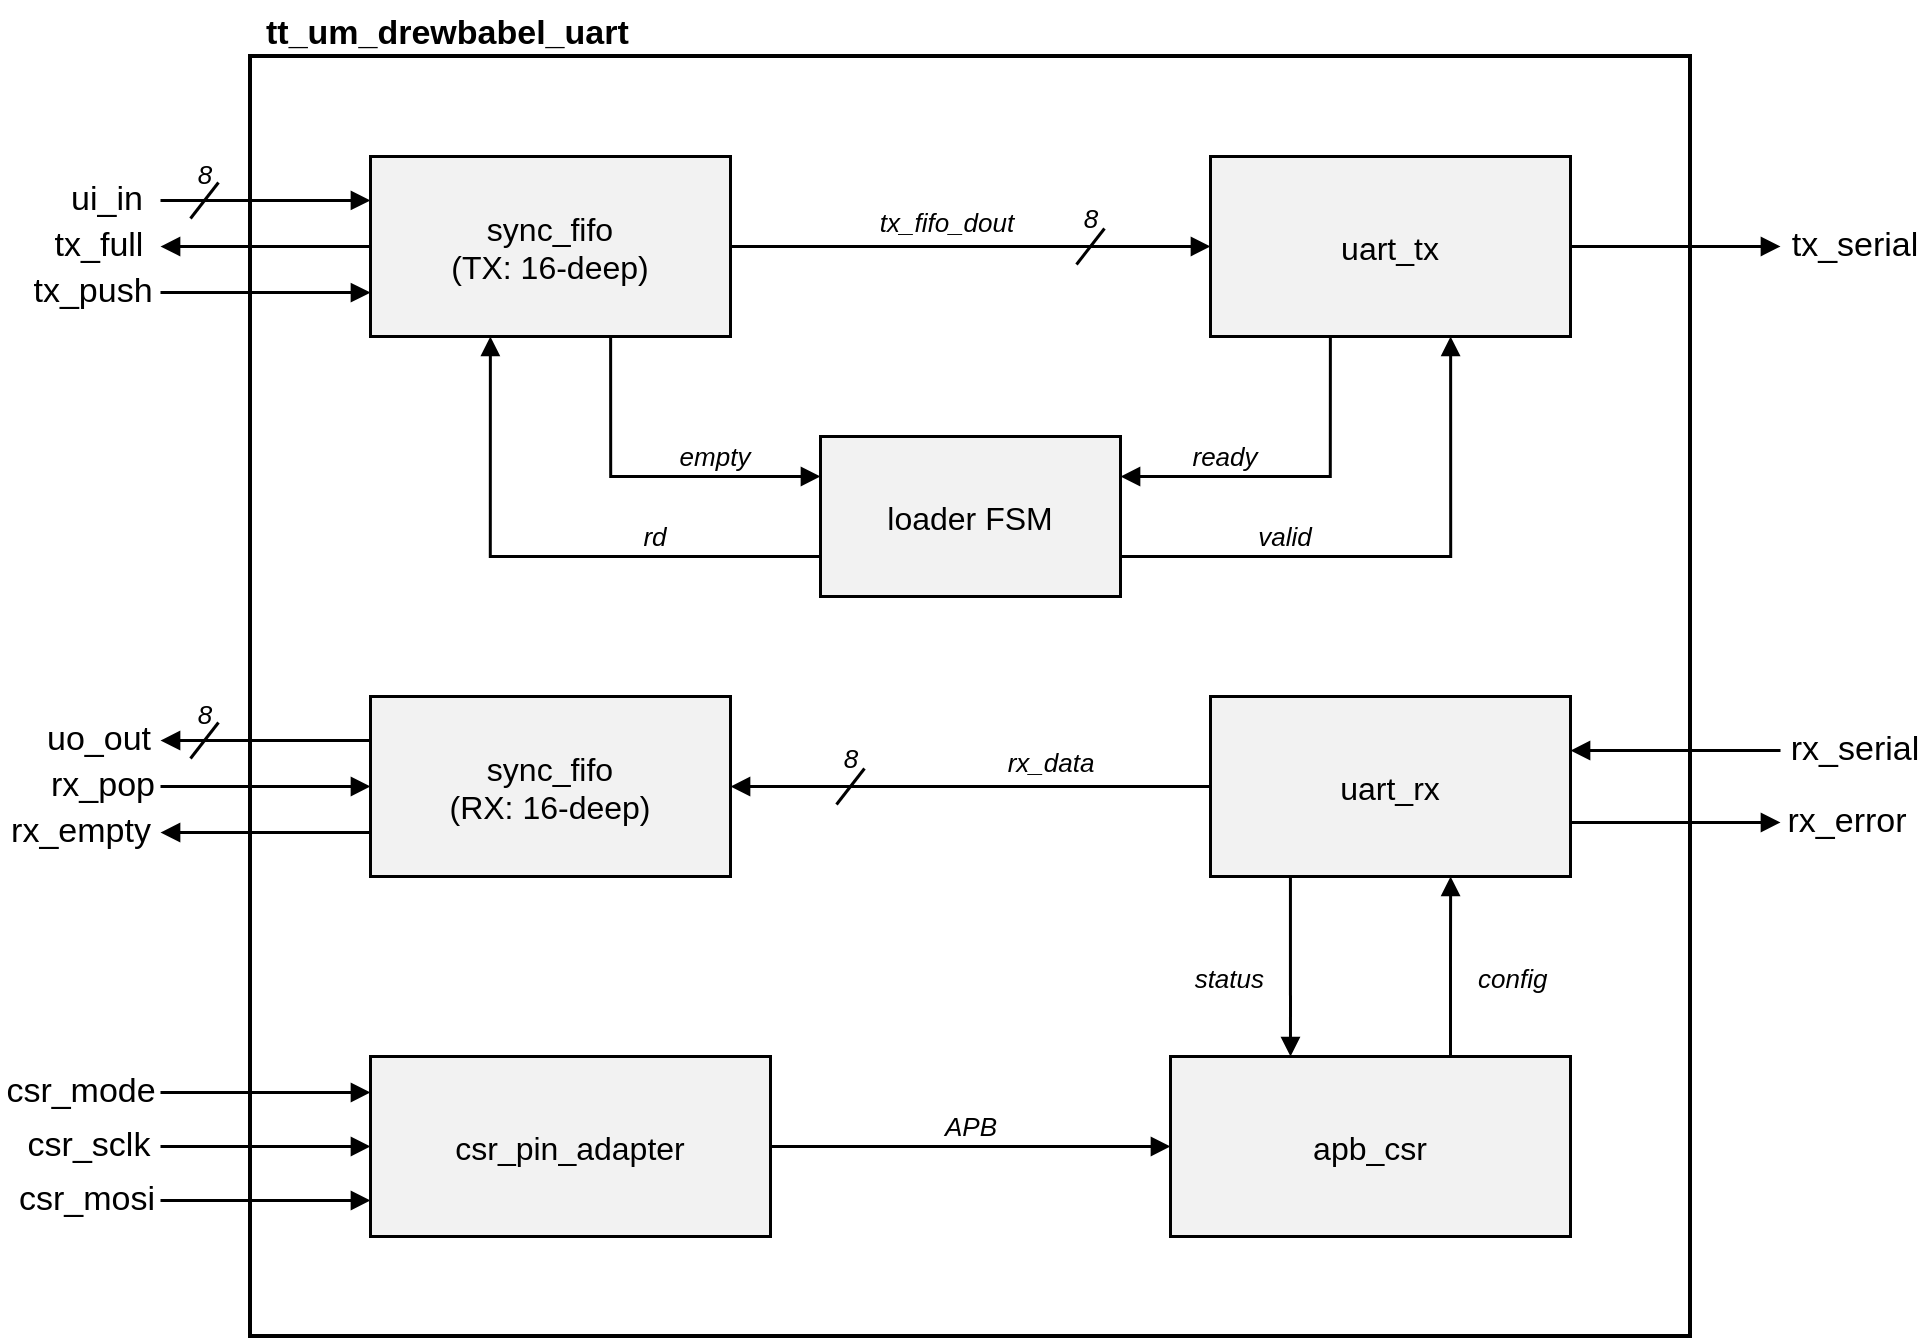
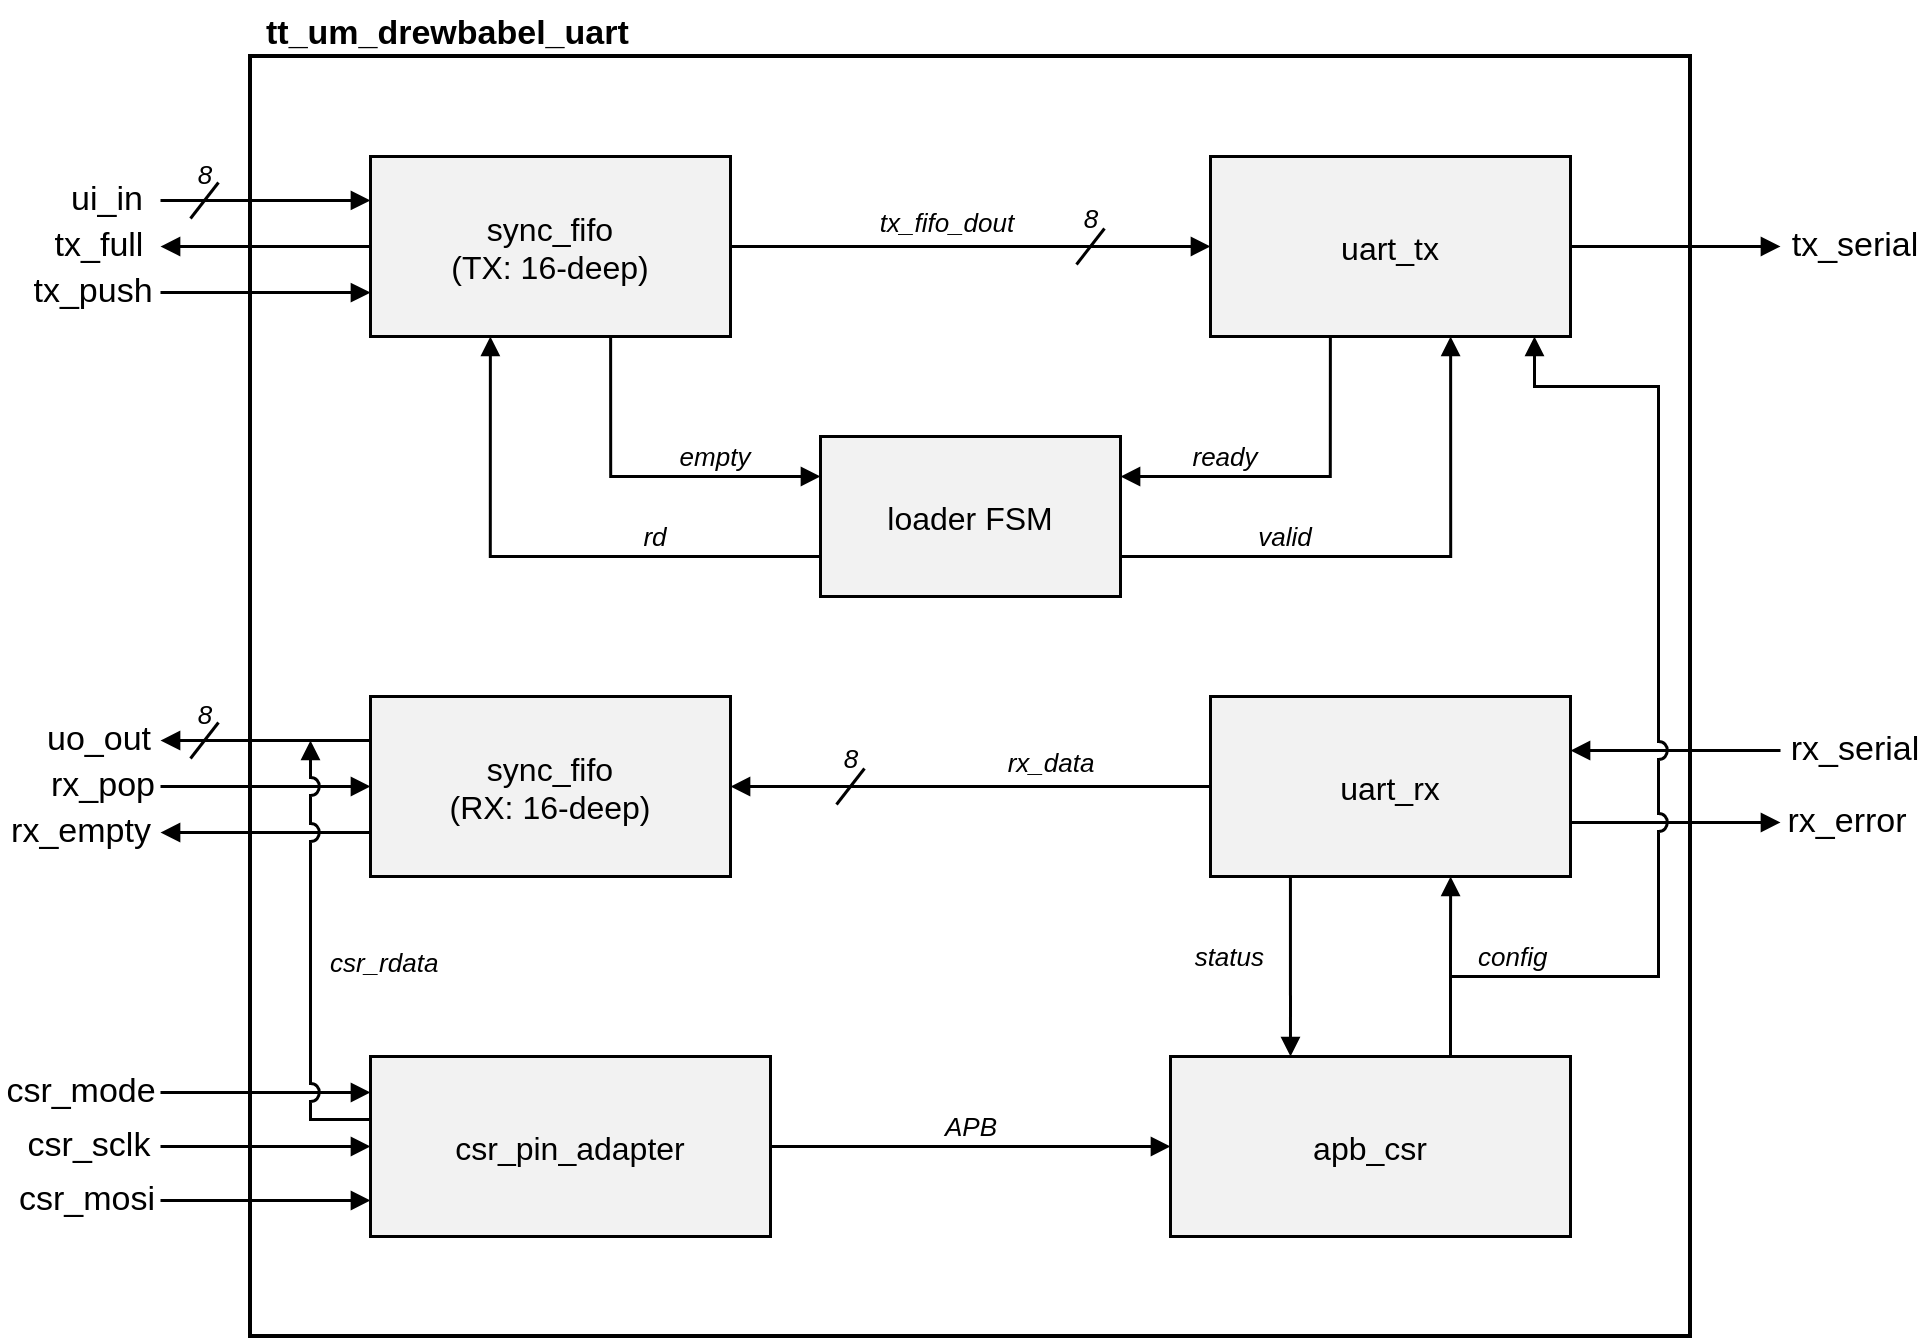
<mxfile host="app.diagrams.net">
  <diagram name="uart_tile" id="uart_tile">
    <mxGraphModel grid="0" gridSize="10" pageWidth="1080" pageHeight="820" background="#ffffff">
      <root>
        <mxCell id="0"/>
        <mxCell id="1" parent="0"/>

        <!-- outer boundary + module label -->
        <mxCell id="outer" value="" vertex="1" parent="1" style="rounded=0;fillColor=none;strokeColor=#000000;strokeWidth=2;">
          <mxGeometry x="180" y="100" width="720" height="640" as="geometry"/></mxCell>
        <mxCell id="modlabel" value="tt_um_drewbabel_uart" vertex="1" parent="1" style="text;html=1;align=left;fontStyle=1;fontSize=17;fillColor=none;strokeColor=none;">
          <mxGeometry x="186" y="72" width="320" height="24" as="geometry"/></mxCell>

        <!-- blocks -->
        <mxCell id="txfifo" value="sync_fifo&#10;(TX: 16-deep)" vertex="1" parent="1" style="rounded=0;fillColor=#f2f2f2;strokeColor=#000000;strokeWidth=1.5;align=center;verticalAlign=middle;fontSize=16;">
          <mxGeometry x="240" y="150" width="180" height="90" as="geometry"/></mxCell>
        <mxCell id="utx" value="uart_tx" vertex="1" parent="1" style="rounded=0;fillColor=#f2f2f2;strokeColor=#000000;strokeWidth=1.5;align=center;verticalAlign=middle;fontSize=16;">
          <mxGeometry x="660" y="150" width="180" height="90" as="geometry"/></mxCell>
        <mxCell id="rxfifo" value="sync_fifo&#10;(RX: 16-deep)" vertex="1" parent="1" style="rounded=0;fillColor=#f2f2f2;strokeColor=#000000;strokeWidth=1.5;align=center;verticalAlign=middle;fontSize=16;">
          <mxGeometry x="240" y="420" width="180" height="90" as="geometry"/></mxCell>
        <mxCell id="urx" value="uart_rx" vertex="1" parent="1" style="rounded=0;fillColor=#f2f2f2;strokeColor=#000000;strokeWidth=1.5;align=center;verticalAlign=middle;fontSize=16;">
          <mxGeometry x="660" y="420" width="180" height="90" as="geometry"/></mxCell>
        <mxCell id="loader" value="loader FSM" vertex="1" parent="1" style="rounded=0;fillColor=#f2f2f2;strokeColor=#000000;strokeWidth=1.5;align=center;verticalAlign=middle;fontSize=16;">
          <mxGeometry x="465" y="290" width="150" height="80" as="geometry"/></mxCell>
        <mxCell id="csradapter" value="csr_pin_adapter" vertex="1" parent="1" style="rounded=0;fillColor=#f2f2f2;strokeColor=#000000;strokeWidth=1.5;align=center;verticalAlign=middle;fontSize=16;">
          <mxGeometry x="240" y="600" width="200" height="90" as="geometry"/></mxCell>
        <mxCell id="apbcsr" value="apb_csr" vertex="1" parent="1" style="rounded=0;fillColor=#f2f2f2;strokeColor=#000000;strokeWidth=1.5;align=center;verticalAlign=middle;fontSize=16;">
          <mxGeometry x="640" y="600" width="200" height="90" as="geometry"/></mxCell>

        <!-- LEFT I/O labels (right edge x=135) -->
        <mxCell id="l_uiin" value="ui_in" vertex="1" parent="1" style="text;html=1;align=center;verticalAlign=middle;fontSize=17;fillColor=none;strokeColor=none;">
          <mxGeometry x="81" y="161" width="54" height="22" as="geometry"/></mxCell>
        <mxCell id="l_txfull" value="tx_full" vertex="1" parent="1" style="text;html=1;align=center;verticalAlign=middle;fontSize=17;fillColor=none;strokeColor=none;">
          <mxGeometry x="73" y="184" width="62" height="22" as="geometry"/></mxCell>
        <mxCell id="l_txpush" value="tx_push" vertex="1" parent="1" style="text;html=1;align=center;verticalAlign=middle;fontSize=17;fillColor=none;strokeColor=none;">
          <mxGeometry x="67" y="207" width="68" height="22" as="geometry"/></mxCell>
        <mxCell id="l_uoout" value="uo_out" vertex="1" parent="1" style="text;html=1;align=center;verticalAlign=middle;fontSize=17;fillColor=none;strokeColor=none;">
          <mxGeometry x="73" y="431" width="62" height="22" as="geometry"/></mxCell>
        <mxCell id="l_rxpop" value="rx_pop" vertex="1" parent="1" style="text;html=1;align=center;verticalAlign=middle;fontSize=17;fillColor=none;strokeColor=none;">
          <mxGeometry x="77" y="454" width="58" height="22" as="geometry"/></mxCell>
        <mxCell id="l_rxempty" value="rx_empty" vertex="1" parent="1" style="text;html=1;align=center;verticalAlign=middle;fontSize=17;fillColor=none;strokeColor=none;">
          <mxGeometry x="55" y="477" width="80" height="22" as="geometry"/></mxCell>
        <mxCell id="l_csrmode" value="csr_mode" vertex="1" parent="1" style="text;html=1;align=center;verticalAlign=middle;fontSize=17;fillColor=none;strokeColor=none;">
          <mxGeometry x="55" y="607" width="80" height="22" as="geometry"/></mxCell>
        <mxCell id="l_csrsclk" value="csr_sclk" vertex="1" parent="1" style="text;html=1;align=center;verticalAlign=middle;fontSize=17;fillColor=none;strokeColor=none;">
          <mxGeometry x="63" y="634" width="72" height="22" as="geometry"/></mxCell>
        <mxCell id="l_csrmosi" value="csr_mosi" vertex="1" parent="1" style="text;html=1;align=center;verticalAlign=middle;fontSize=17;fillColor=none;strokeColor=none;">
          <mxGeometry x="60" y="661" width="75" height="22" as="geometry"/></mxCell>

        <!-- RIGHT I/O labels (left edge x=945) -->
        <mxCell id="r_txser" value="tx_serial" vertex="1" parent="1" style="text;html=1;align=center;verticalAlign=middle;fontSize=17;fillColor=none;strokeColor=none;">
          <mxGeometry x="945" y="184" width="74" height="22" as="geometry"/></mxCell>
        <mxCell id="r_rxser" value="rx_serial" vertex="1" parent="1" style="text;html=1;align=center;verticalAlign=middle;fontSize=17;fillColor=none;strokeColor=none;">
          <mxGeometry x="945" y="436" width="74" height="22" as="geometry"/></mxCell>
        <mxCell id="r_rxerr" value="rx_error" vertex="1" parent="1" style="text;html=1;align=center;verticalAlign=middle;fontSize=17;fillColor=none;strokeColor=none;">
          <mxGeometry x="945" y="472" width="66" height="22" as="geometry"/></mxCell>

        <!-- LEFT I/O edges -->
        <mxCell id="e_uiin" edge="1" parent="1" source="l_uiin" target="txfifo" style="edgeStyle=orthogonalEdgeStyle;rounded=0;strokeColor=#000000;strokeWidth=1.5;endArrow=block;endFill=1;exitX=1;exitY=0.5;entryX=0;entryY=0.244;"><mxGeometry relative="1" as="geometry"/></mxCell>
        <mxCell id="e_txfull" edge="1" parent="1" source="txfifo" target="l_txfull" style="edgeStyle=orthogonalEdgeStyle;rounded=0;strokeColor=#000000;strokeWidth=1.5;endArrow=block;endFill=1;exitX=0;exitY=0.5;entryX=1;entryY=0.5;"><mxGeometry relative="1" as="geometry"/></mxCell>
        <mxCell id="e_txpush" edge="1" parent="1" source="l_txpush" target="txfifo" style="edgeStyle=orthogonalEdgeStyle;rounded=0;strokeColor=#000000;strokeWidth=1.5;endArrow=block;endFill=1;exitX=1;exitY=0.5;entryX=0;entryY=0.756;"><mxGeometry relative="1" as="geometry"/></mxCell>
        <mxCell id="e_uoout" edge="1" parent="1" source="rxfifo" target="l_uoout" style="edgeStyle=orthogonalEdgeStyle;rounded=0;strokeColor=#000000;strokeWidth=1.5;endArrow=block;endFill=1;exitX=0;exitY=0.244;entryX=1;entryY=0.5;"><mxGeometry relative="1" as="geometry"/></mxCell>
        <mxCell id="e_rxpop" edge="1" parent="1" source="l_rxpop" target="rxfifo" style="edgeStyle=orthogonalEdgeStyle;rounded=0;strokeColor=#000000;strokeWidth=1.5;endArrow=block;endFill=1;exitX=1;exitY=0.5;entryX=0;entryY=0.5;"><mxGeometry relative="1" as="geometry"/></mxCell>
        <mxCell id="e_rxempty" edge="1" parent="1" source="rxfifo" target="l_rxempty" style="edgeStyle=orthogonalEdgeStyle;rounded=0;strokeColor=#000000;strokeWidth=1.5;endArrow=block;endFill=1;exitX=0;exitY=0.756;entryX=1;entryY=0.5;"><mxGeometry relative="1" as="geometry"/></mxCell>
        <mxCell id="e_csrmode" edge="1" parent="1" source="l_csrmode" target="csradapter" style="edgeStyle=orthogonalEdgeStyle;rounded=0;strokeColor=#000000;strokeWidth=1.5;endArrow=block;endFill=1;exitX=1;exitY=0.5;entryX=0;entryY=0.2;"><mxGeometry relative="1" as="geometry"/></mxCell>
        <mxCell id="e_csrsclk" edge="1" parent="1" source="l_csrsclk" target="csradapter" style="edgeStyle=orthogonalEdgeStyle;rounded=0;strokeColor=#000000;strokeWidth=1.5;endArrow=block;endFill=1;exitX=1;exitY=0.5;entryX=0;entryY=0.5;"><mxGeometry relative="1" as="geometry"/></mxCell>
        <mxCell id="e_csrmosi" edge="1" parent="1" source="l_csrmosi" target="csradapter" style="edgeStyle=orthogonalEdgeStyle;rounded=0;strokeColor=#000000;strokeWidth=1.5;endArrow=block;endFill=1;exitX=1;exitY=0.5;entryX=0;entryY=0.8;"><mxGeometry relative="1" as="geometry"/></mxCell>

        <!-- RIGHT I/O edges -->
        <mxCell id="e_txser" edge="1" parent="1" source="utx" target="r_txser" style="edgeStyle=orthogonalEdgeStyle;rounded=0;strokeColor=#000000;strokeWidth=1.5;endArrow=block;endFill=1;exitX=1;exitY=0.5;entryX=0;entryY=0.5;"><mxGeometry relative="1" as="geometry"/></mxCell>
        <mxCell id="e_rxser" edge="1" parent="1" source="r_rxser" target="urx" style="edgeStyle=orthogonalEdgeStyle;rounded=0;strokeColor=#000000;strokeWidth=1.5;endArrow=block;endFill=1;exitX=0;exitY=0.5;entryX=1;entryY=0.3;"><mxGeometry relative="1" as="geometry"/></mxCell>
        <mxCell id="e_rxerr" edge="1" parent="1" source="urx" target="r_rxerr" style="edgeStyle=orthogonalEdgeStyle;rounded=0;strokeColor=#000000;strokeWidth=1.5;endArrow=block;endFill=1;exitX=1;exitY=0.7;entryX=0;entryY=0.5;"><mxGeometry relative="1" as="geometry"/></mxCell>

        <!-- INTERNAL datapath buses -->
        <mxCell id="e_dout" edge="1" parent="1" source="txfifo" target="utx" style="edgeStyle=orthogonalEdgeStyle;rounded=0;strokeColor=#000000;strokeWidth=1.5;endArrow=block;endFill=1;exitX=1;exitY=0.5;entryX=0;entryY=0.5;"><mxGeometry relative="1" as="geometry"/></mxCell>
        <mxCell id="e_rxdata" edge="1" parent="1" source="urx" target="rxfifo" style="edgeStyle=orthogonalEdgeStyle;rounded=0;strokeColor=#000000;strokeWidth=1.5;endArrow=block;endFill=1;exitX=0;exitY=0.5;entryX=1;entryY=0.5;"><mxGeometry relative="1" as="geometry"/></mxCell>

        <!-- CONTROL edges: loader <-> txfifo, loader <-> utx -->
        <mxCell id="e_empty" edge="1" parent="1" source="txfifo" target="loader" style="edgeStyle=orthogonalEdgeStyle;rounded=0;strokeColor=#000000;strokeWidth=1.5;endArrow=block;endFill=1;exitX=0.667;exitY=1;entryX=0;entryY=0.25;"><mxGeometry relative="1" as="geometry"/></mxCell>
        <mxCell id="e_rd" edge="1" parent="1" source="loader" target="txfifo" style="edgeStyle=orthogonalEdgeStyle;rounded=0;strokeColor=#000000;strokeWidth=1.5;endArrow=block;endFill=1;exitX=0;exitY=0.75;entryX=0.333;entryY=1;"><mxGeometry relative="1" as="geometry"/></mxCell>
        <mxCell id="e_ready" edge="1" parent="1" source="utx" target="loader" style="edgeStyle=orthogonalEdgeStyle;rounded=0;strokeColor=#000000;strokeWidth=1.5;endArrow=block;endFill=1;exitX=0.333;exitY=1;entryX=1;entryY=0.25;"><mxGeometry relative="1" as="geometry"/></mxCell>
        <mxCell id="e_valid" edge="1" parent="1" source="loader" target="utx" style="edgeStyle=orthogonalEdgeStyle;rounded=0;strokeColor=#000000;strokeWidth=1.5;endArrow=block;endFill=1;exitX=1;exitY=0.75;entryX=0.667;entryY=1;"><mxGeometry relative="1" as="geometry"/></mxCell>

        <!-- CSR edges: adapter -> apb_csr (APB), apb_csr <-> uart_rx (config/status) -->
        <mxCell id="e_apb" edge="1" parent="1" source="csradapter" target="apbcsr" style="edgeStyle=orthogonalEdgeStyle;rounded=0;strokeColor=#000000;strokeWidth=1.5;endArrow=block;endFill=1;exitX=1;exitY=0.5;entryX=0;entryY=0.5;"><mxGeometry relative="1" as="geometry"/></mxCell>
        <mxCell id="e_config" edge="1" parent="1" source="apbcsr" target="urx" style="edgeStyle=orthogonalEdgeStyle;rounded=0;strokeColor=#000000;strokeWidth=1.5;endArrow=block;endFill=1;exitX=0.7;exitY=0;entryX=0.667;entryY=1;"><mxGeometry relative="1" as="geometry"/></mxCell>
        <mxCell id="e_status" edge="1" parent="1" source="urx" target="apbcsr" style="edgeStyle=orthogonalEdgeStyle;rounded=0;strokeColor=#000000;strokeWidth=1.5;endArrow=block;endFill=1;exitX=0.222;exitY=1;entryX=0.3;entryY=0;"><mxGeometry relative="1" as="geometry"/></mxCell>

        <!-- CONTROL wire labels (seated on horizontal segments, white bg) -->
        <mxCell id="lbl_empty" value="empty" vertex="1" parent="1" style="text;html=1;align=center;fontStyle=2;fontSize=13;labelBackgroundColor=#ffffff;fillColor=none;strokeColor=none;">
          <mxGeometry x="386" y="286" width="52" height="16" as="geometry"/></mxCell>
        <mxCell id="lbl_rd" value="rd" vertex="1" parent="1" style="text;html=1;align=center;fontStyle=2;fontSize=13;labelBackgroundColor=#ffffff;fillColor=none;strokeColor=none;">
          <mxGeometry x="365" y="326" width="34" height="16" as="geometry"/></mxCell>
        <mxCell id="lbl_ready" value="ready" vertex="1" parent="1" style="text;html=1;align=center;fontStyle=2;fontSize=13;labelBackgroundColor=#ffffff;fillColor=none;strokeColor=none;">
          <mxGeometry x="641" y="286" width="52" height="16" as="geometry"/></mxCell>
        <mxCell id="lbl_valid" value="valid" vertex="1" parent="1" style="text;html=1;align=center;fontStyle=2;fontSize=13;labelBackgroundColor=#ffffff;fillColor=none;strokeColor=none;">
          <mxGeometry x="674" y="326" width="46" height="16" as="geometry"/></mxCell>
        <mxCell id="lbl_apb" value="APB" vertex="1" parent="1" style="text;html=1;align=center;fontStyle=2;fontSize=13;labelBackgroundColor=#ffffff;fillColor=none;strokeColor=none;">
          <mxGeometry x="512" y="621" width="56" height="16" as="geometry"/></mxCell>
        <mxCell id="lbl_config" value="config" vertex="1" parent="1" style="text;html=1;align=left;fontStyle=2;fontSize=13;labelBackgroundColor=#ffffff;fillColor=none;strokeColor=none;">
-           <mxGeometry x="792" y="547" width="60" height="16" as="geometry"/></mxCell>
+           <mxGeometry x="792" y="536" width="60" height="16" as="geometry"/></mxCell>
        <mxCell id="lbl_status" value="status" vertex="1" parent="1" style="text;html=1;align=right;fontStyle=2;fontSize=13;labelBackgroundColor=#ffffff;fillColor=none;strokeColor=none;">
-           <mxGeometry x="628" y="547" width="60" height="16" as="geometry"/></mxCell>
+           <mxGeometry x="628" y="536" width="60" height="16" as="geometry"/></mxCell>

        <!-- INTERNAL on-wire signal names (lifted, white bg) -->
        <mxCell id="nm_dout" value="tx_fifo_dout" vertex="1" parent="1" style="text;html=1;align=center;fontStyle=2;fontSize=13;labelBackgroundColor=#ffffff;fillColor=none;strokeColor=none;">
          <mxGeometry x="468" y="169" width="120" height="18" as="geometry"/></mxCell>
        <mxCell id="nm_rxdata" value="rx_data" vertex="1" parent="1" style="text;html=1;align=center;fontStyle=2;fontSize=13;labelBackgroundColor=#ffffff;fillColor=none;strokeColor=none;">
          <mxGeometry x="520" y="439" width="120" height="18" as="geometry"/></mxCell>

        <!-- BUS WIDTH TICKS (slash on wire + "8" directly above) -->
+         <!-- config tap: T off the config trunk, around uart_rx, into uart_tx (TX latches parity/baud too) -->
+         <mxCell id="e_cfg_tx" edge="1" parent="1" target="utx" style="edgeStyle=orthogonalEdgeStyle;rounded=0;strokeColor=#000000;strokeWidth=1.5;endArrow=block;endFill=1;entryX=0.9;entryY=1;jumpStyle=arc;jumpSize=8;">
+           <mxGeometry relative="1" as="geometry"><mxPoint x="780" y="560" as="sourcePoint"/>
+             <Array as="points"><mxPoint x="884" y="560"/><mxPoint x="884" y="265"/><mxPoint x="822" y="265"/></Array></mxGeometry></mxCell>
+ 
+         <!-- csr_rdata: adapter read data joins the uo_out net (read mux) -->
+         <mxCell id="e_rdata" edge="1" parent="1" source="csradapter" style="edgeStyle=orthogonalEdgeStyle;rounded=0;strokeColor=#000000;strokeWidth=1.5;endArrow=block;endFill=1;exitX=0;exitY=0.35;jumpStyle=arc;jumpSize=8;">
+           <mxGeometry relative="1" as="geometry"><mxPoint x="210" y="442" as="targetPoint"/>
+             <Array as="points"><mxPoint x="210" y="632"/></Array></mxGeometry></mxCell>
+         <mxCell id="nm_rdata" value="csr_rdata" vertex="1" parent="1" style="text;html=1;align=left;fontStyle=2;fontSize=13;labelBackgroundColor=#ffffff;fillColor=none;strokeColor=none;">
+           <mxGeometry x="218" y="539" width="84" height="18" as="geometry"/></mxCell>
+ 
        <mxCell id="tick_uiin" edge="1" parent="1" style="endArrow=none;startArrow=none;html=1;strokeColor=#000000;strokeWidth=1.5;">
          <mxGeometry relative="1" as="geometry"><mxPoint x="150" y="181" as="sourcePoint"/><mxPoint x="164" y="163" as="targetPoint"/></mxGeometry></mxCell>
        <mxCell id="w_uiin" value="8" vertex="1" parent="1" style="text;html=1;align=center;fontStyle=2;fontSize=13;fillColor=none;strokeColor=none;">
          <mxGeometry x="127" y="145" width="60" height="18" as="geometry"/></mxCell>
        <mxCell id="tick_uoout" edge="1" parent="1" style="endArrow=none;startArrow=none;html=1;strokeColor=#000000;strokeWidth=1.5;">
          <mxGeometry relative="1" as="geometry"><mxPoint x="150" y="451" as="sourcePoint"/><mxPoint x="164" y="433" as="targetPoint"/></mxGeometry></mxCell>
        <mxCell id="w_uoout" value="8" vertex="1" parent="1" style="text;html=1;align=center;fontStyle=2;fontSize=13;fillColor=none;strokeColor=none;">
          <mxGeometry x="127" y="415" width="60" height="18" as="geometry"/></mxCell>
        <mxCell id="tick_dout" edge="1" parent="1" style="endArrow=none;startArrow=none;html=1;strokeColor=#000000;strokeWidth=1.5;">
          <mxGeometry relative="1" as="geometry"><mxPoint x="593" y="204" as="sourcePoint"/><mxPoint x="607" y="186" as="targetPoint"/></mxGeometry></mxCell>
        <mxCell id="w_dout" value="8" vertex="1" parent="1" style="text;html=1;align=center;fontStyle=2;fontSize=13;fillColor=none;strokeColor=none;">
          <mxGeometry x="570" y="167" width="60" height="18" as="geometry"/></mxCell>
        <mxCell id="tick_rxd" edge="1" parent="1" style="endArrow=none;startArrow=none;html=1;strokeColor=#000000;strokeWidth=1.5;">
          <mxGeometry relative="1" as="geometry"><mxPoint x="473" y="474" as="sourcePoint"/><mxPoint x="487" y="456" as="targetPoint"/></mxGeometry></mxCell>
        <mxCell id="w_rxd" value="8" vertex="1" parent="1" style="text;html=1;align=center;fontStyle=2;fontSize=13;fillColor=none;strokeColor=none;">
          <mxGeometry x="450" y="437" width="60" height="18" as="geometry"/></mxCell>

      </root>
    </mxGraphModel>
  </diagram>
</mxfile>
